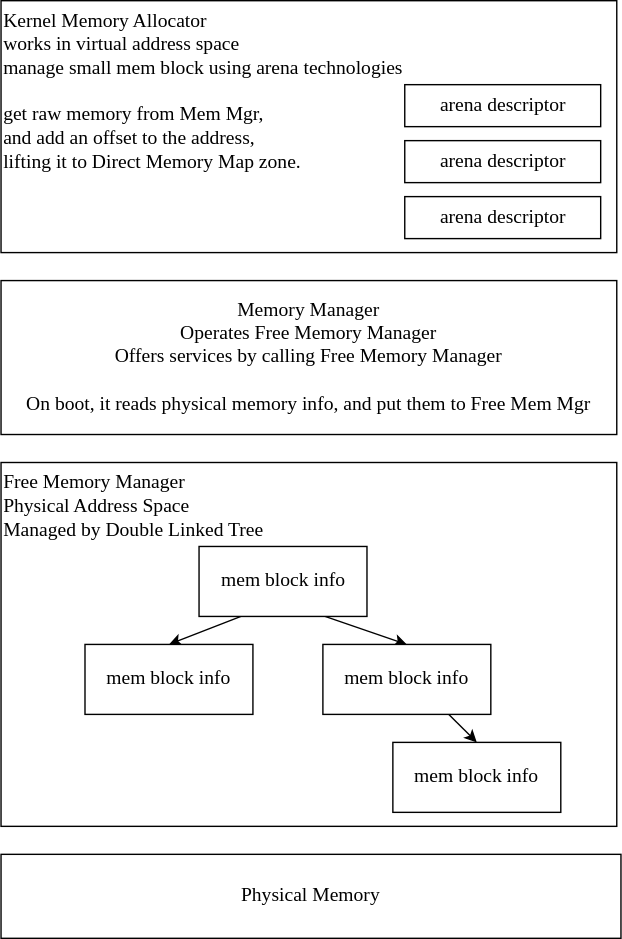
This is repos/monkey/doc/yros-memory-manager-structure.svg from MacixOwl/genode, a draw.io export, as it was before one commit. Source tidied: cells renumbered, new cells last; positions are measured from the earlier drawing's top-left corner, leaving out a move shared by most shapes. The source it was exported from:
```xml
<mxGraphModel>
  <root>
    <mxCell id="0" />
    <mxCell id="1" parent="0" />
    <mxCell id="2" value="Physical Memory" style="rounded=0;whiteSpace=wrap;html=1;fontFamily=MiSans;fontSize=14;" parent="1" vertex="1">
      <mxGeometry y="610" width="443" height="60" as="geometry" />
    </mxCell>
    <mxCell id="3" value="Free Memory Manager&lt;br style=&quot;font-size: 14px;&quot;&gt;Physical Address Space&lt;br style=&quot;font-size: 14px;&quot;&gt;Managed by Double Linked Tree" style="rounded=0;whiteSpace=wrap;html=1;fontFamily=MiSans;align=left;verticalAlign=top;fontSize=14;" parent="1" vertex="1">
      <mxGeometry y="330" width="440" height="260" as="geometry" />
    </mxCell>
    <mxCell id="4" style="edgeStyle=none;html=1;exitX=0.25;exitY=1;exitDx=0;exitDy=0;entryX=0.5;entryY=0;entryDx=0;entryDy=0;fontSize=14;" parent="1" edge="1" source="6" target="7">
      <mxGeometry relative="1" as="geometry" />
    </mxCell>
    <mxCell id="5" style="edgeStyle=none;html=1;exitX=0.75;exitY=1;exitDx=0;exitDy=0;entryX=0.5;entryY=0;entryDx=0;entryDy=0;fontSize=14;" parent="1" edge="1" source="6" target="9">
      <mxGeometry relative="1" as="geometry" />
    </mxCell>
    <mxCell id="6" value="mem block info" style="rounded=0;whiteSpace=wrap;html=1;fontFamily=MiSans;align=center;verticalAlign=middle;fontSize=14;" parent="1" vertex="1">
      <mxGeometry x="141.5" y="390" width="120" height="50" as="geometry" />
    </mxCell>
    <mxCell id="7" value="mem block info" style="rounded=0;whiteSpace=wrap;html=1;fontFamily=MiSans;align=center;verticalAlign=middle;fontSize=14;" parent="1" vertex="1">
      <mxGeometry x="60" y="460" width="120" height="50" as="geometry" />
    </mxCell>
    <mxCell id="8" style="edgeStyle=none;html=1;exitX=0.75;exitY=1;exitDx=0;exitDy=0;entryX=0.5;entryY=0;entryDx=0;entryDy=0;fontSize=14;" parent="1" edge="1" source="9" target="10">
      <mxGeometry relative="1" as="geometry" />
    </mxCell>
    <mxCell id="9" value="mem block info" style="rounded=0;whiteSpace=wrap;html=1;fontFamily=MiSans;align=center;verticalAlign=middle;fontSize=14;" parent="1" vertex="1">
      <mxGeometry x="230" y="460" width="120" height="50" as="geometry" />
    </mxCell>
    <mxCell id="10" value="mem block info" style="rounded=0;whiteSpace=wrap;html=1;fontFamily=MiSans;align=center;verticalAlign=middle;fontSize=14;" parent="1" vertex="1">
      <mxGeometry x="280" y="530" width="120" height="50" as="geometry" />
    </mxCell>
    <mxCell id="11" value="Memory Manager&lt;br style=&quot;font-size: 14px;&quot;&gt;Operates Free Memory Manager&lt;br style=&quot;font-size: 14px;&quot;&gt;Offers services by calling Free Memory Manager&lt;br style=&quot;font-size: 14px;&quot;&gt;&lt;br style=&quot;font-size: 14px;&quot;&gt;On boot, it reads physical memory info, and put them to Free Mem Mgr" style="rounded=0;whiteSpace=wrap;html=1;fontFamily=MiSans;align=center;verticalAlign=middle;fontSize=14;" parent="1" vertex="1">
      <mxGeometry y="200" width="440" height="110" as="geometry" />
    </mxCell>
    <mxCell id="12" value="Kernel Memory Allocator&lt;br style=&quot;font-size: 14px;&quot;&gt;works in virtual address space&lt;br style=&quot;font-size: 14px;&quot;&gt;manage small mem block using arena technologies&lt;br style=&quot;font-size: 14px;&quot;&gt;&lt;br style=&quot;font-size: 14px;&quot;&gt;get raw memory from Mem Mgr,&lt;br style=&quot;font-size: 14px;&quot;&gt;and add an offset to the address,&lt;br style=&quot;font-size: 14px;&quot;&gt;lifting it to Direct Memory Map zone." style="rounded=0;whiteSpace=wrap;html=1;fontFamily=MiSans;align=left;verticalAlign=top;fontSize=14;" parent="1" vertex="1">
      <mxGeometry width="440" height="180" as="geometry" />
    </mxCell>
    <mxCell id="13" value="arena descriptor" style="rounded=0;whiteSpace=wrap;html=1;fontFamily=MiSans;align=center;verticalAlign=middle;fontSize=14;" parent="1" vertex="1">
      <mxGeometry x="288.5" y="60" width="140" height="30" as="geometry" />
    </mxCell>
    <mxCell id="14" value="arena descriptor" style="rounded=0;whiteSpace=wrap;html=1;fontFamily=MiSans;align=center;verticalAlign=middle;fontSize=14;" parent="1" vertex="1">
      <mxGeometry x="288.5" y="100" width="140" height="30" as="geometry" />
    </mxCell>
    <mxCell id="15" value="arena descriptor" style="rounded=0;whiteSpace=wrap;html=1;fontFamily=MiSans;align=center;verticalAlign=middle;fontSize=14;" parent="1" vertex="1">
      <mxGeometry x="288.5" y="140" width="140" height="30" as="geometry" />
    </mxCell>
  </root>
</mxGraphModel>
```
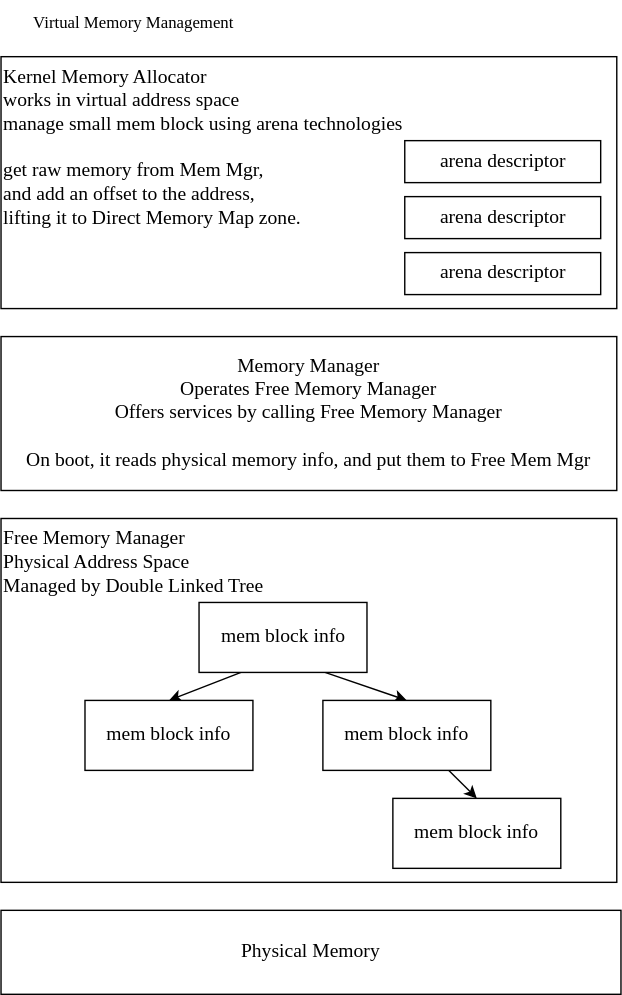
Above is the later version.

Commit message:
Add title to yros-memory-mgr-struct.

Change to the diagram source:
```diff
@@ -44,5 +44,8 @@
     <mxCell id="15" value="arena descriptor" style="rounded=0;whiteSpace=wrap;html=1;fontFamily=MiSans;align=center;verticalAlign=middle;fontSize=14;" parent="1" vertex="1">
       <mxGeometry x="288.5" y="140" width="140" height="30" as="geometry" />
     </mxCell>
+    <mxCell id="16" value="Virtual Memory Management" style="text;align=center;verticalAlign=middle;strokeColor=none;fillColor=none;fontFamily=MiSans;" parent="1" vertex="1">
+      <mxGeometry y="-40" width="190" height="30" as="geometry" />
+    </mxCell>
   </root>
 </mxGraphModel>
```
